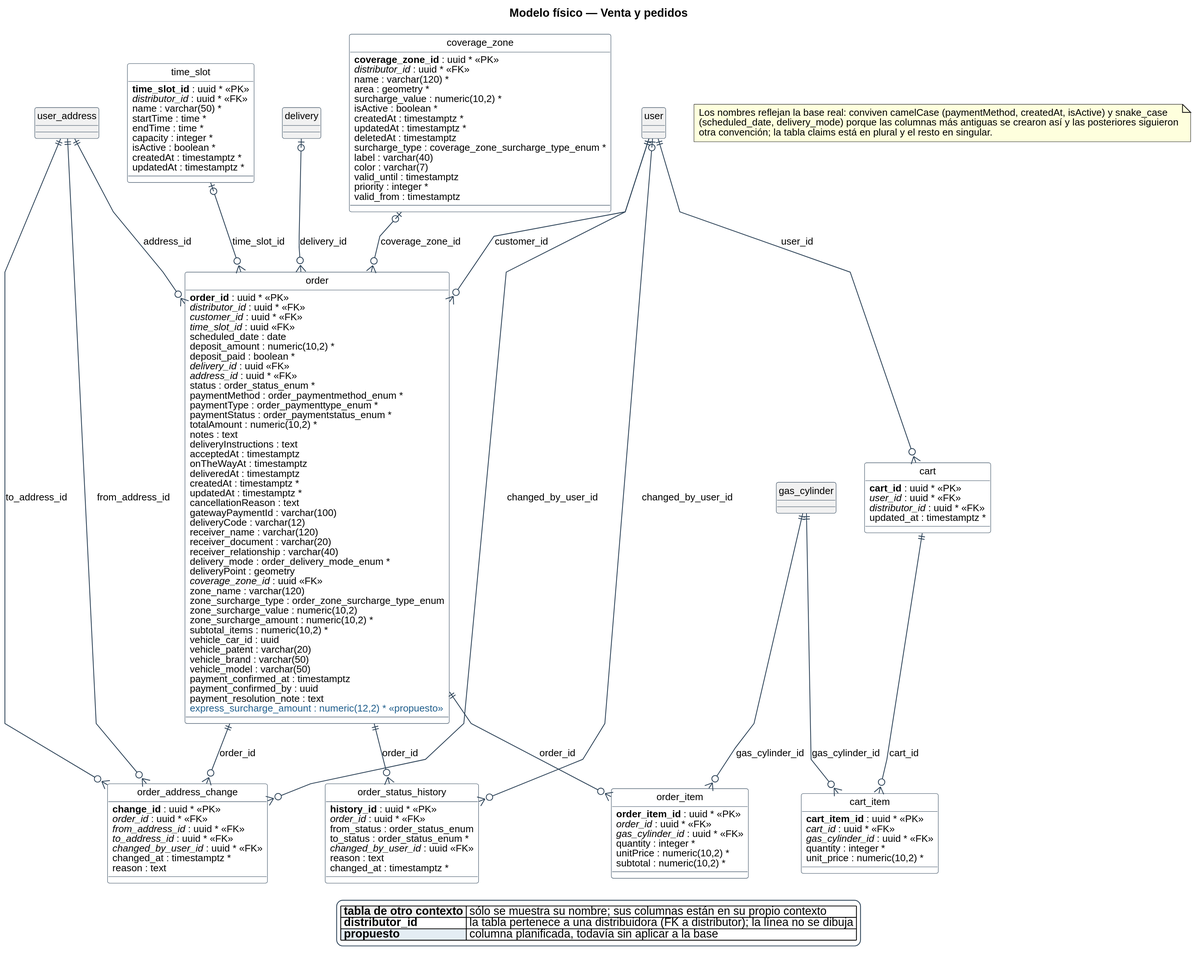
Above: diagramas/base-de-datos/fisico/SPLG-fisico-04-venta-y-pedidos.svg in Nahuelito-Dev/splg-docs (PlantUML), before the change.
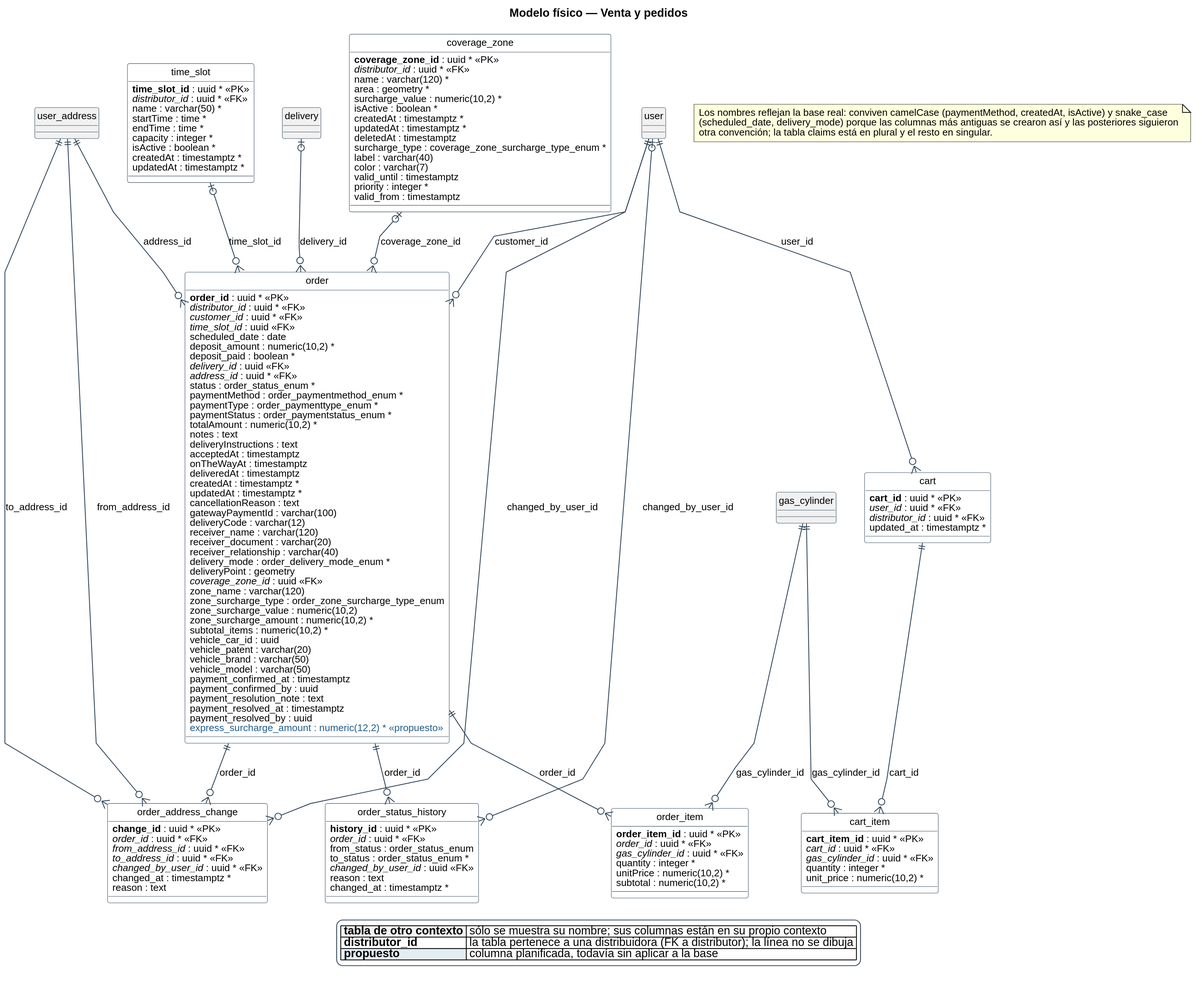
After the change.

Diff of the diagram source:
```diff
@@ -114,6 +114,8 @@
   {field} payment_confirmed_at : timestamptz
   {field} payment_confirmed_by : uuid
   {field} payment_resolution_note : text
+  {field} payment_resolved_at : timestamptz
+  {field} payment_resolved_by : uuid
   {field} <color:#1F5E8C>express_surcharge_amount : numeric(12,2) * <<propuesto>></color>
 }
 entity "order_address_change" as e_order_address_change {
```
